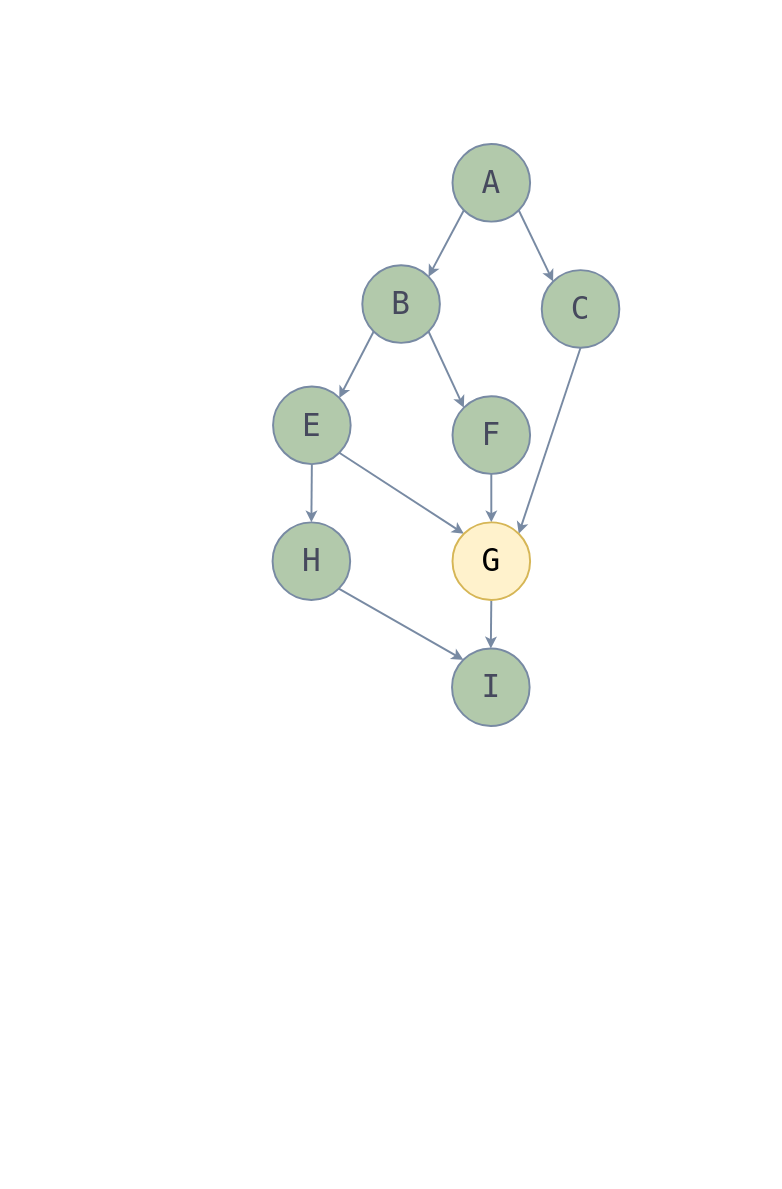
The draw.io diagram doc/dag.drawio in feuyeux/hello-easy-flows, before the edit. Source tidied: cells renumbered, new cells numbered last; positions are measured from the earlier drawing's top-left corner, leaving out a move shared by most shapes. Both pictures are drawn from the tidied source at 97%, with x=0, y=0 at pixel (272, 144).
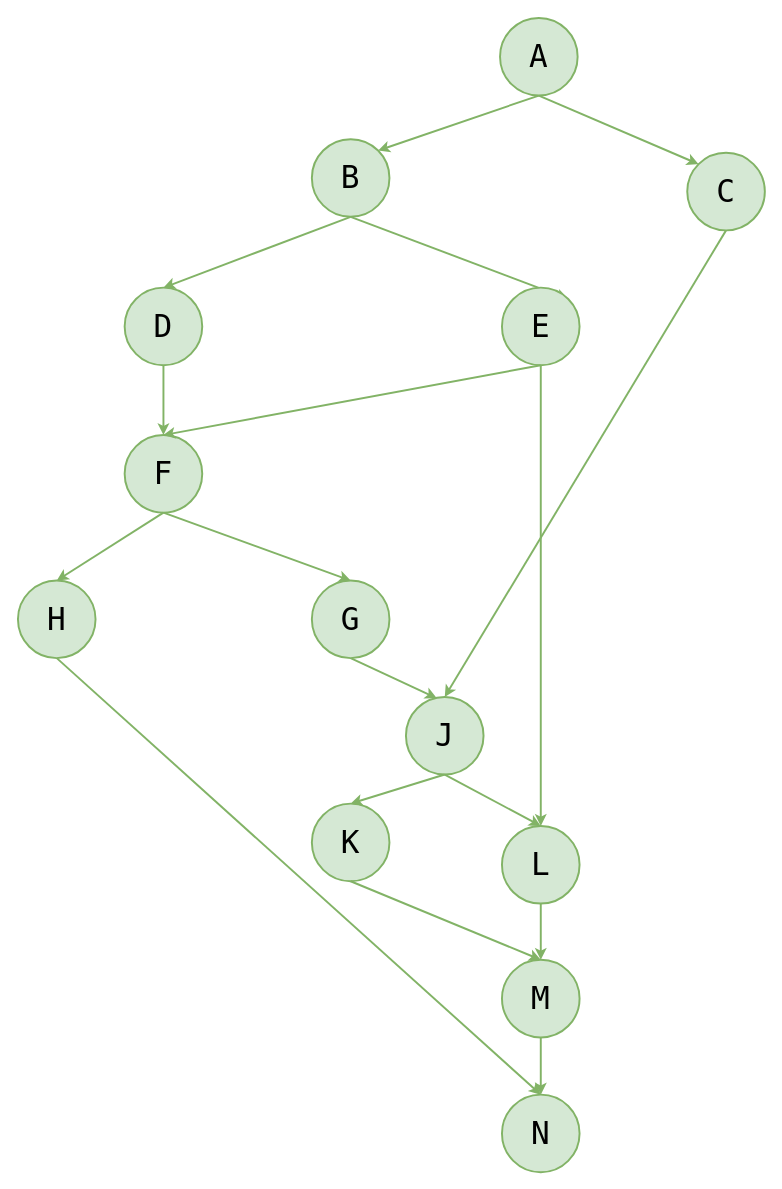
Above is the later version.

Change to the diagram source:
```diff
@@
-    <mxCell id="2" style="edgeStyle=none;rounded=0;jettySize=auto;html=1;exitX=0;exitY=1;exitDx=0;exitDy=0;entryX=1;entryY=0;entryDx=0;entryDy=0;labelBackgroundColor=none;strokeColor=#788AA3;fontColor=default;strokeWidth=2;" parent="1" edge="1" source="4" target="7">
+    <mxCell id="2" style="edgeStyle=none;rounded=0;jettySize=auto;html=1;exitX=0.5;exitY=1;exitDx=0;exitDy=0;entryX=1;entryY=0;entryDx=0;entryDy=0;labelBackgroundColor=none;strokeColor=#82b366;fontColor=default;strokeWidth=2;fillColor=#d5e8d4;" parent="1" edge="1" source="4" target="7">
       <mxGeometry relative="1" as="geometry" />
     </mxCell>
-    <mxCell id="3" style="edgeStyle=none;rounded=0;jettySize=auto;html=1;exitX=1;exitY=1;exitDx=0;exitDy=0;entryX=0;entryY=0;entryDx=0;entryDy=0;labelBackgroundColor=none;strokeColor=#788AA3;fontColor=default;strokeWidth=2;" parent="1" edge="1" source="4" target="9">
+    <mxCell id="3" style="edgeStyle=none;rounded=0;jettySize=auto;html=1;exitX=0.5;exitY=1;exitDx=0;exitDy=0;entryX=0;entryY=0;entryDx=0;entryDy=0;labelBackgroundColor=none;strokeColor=#82b366;fontColor=default;strokeWidth=2;fillColor=#d5e8d4;" parent="1" edge="1" source="4" target="9">
       <mxGeometry relative="1" as="geometry" />
     </mxCell>
-    <mxCell id="4" value="A" style="ellipse;whiteSpace=wrap;html=1;fontFamily=Monaco;fontSize=32;labelBackgroundColor=none;fillColor=#B2C9AB;strokeColor=#788AA3;fontColor=#46495D;strokeWidth=2;" parent="1" vertex="1">
-      <mxGeometry x="186" width="80" height="80" as="geometry" />
+    <mxCell id="4" value="A" style="ellipse;whiteSpace=wrap;html=1;fontFamily=Monaco;fontSize=32;labelBackgroundColor=none;fillColor=#d5e8d4;strokeColor=#82b366;strokeWidth=2;" parent="1" vertex="1">
+      <mxGeometry x="235" y="-130" width="80" height="80" as="geometry" />
     </mxCell>
-    <mxCell id="5" style="edgeStyle=none;rounded=0;jettySize=auto;html=1;exitX=0;exitY=1;exitDx=0;exitDy=0;entryX=1;entryY=0;entryDx=0;entryDy=0;labelBackgroundColor=none;strokeColor=#788AA3;fontColor=default;strokeWidth=2;" parent="1" edge="1" source="7" target="14">
+    <mxCell id="5" style="edgeStyle=none;rounded=0;jettySize=auto;html=1;entryX=1;entryY=0;entryDx=0;entryDy=0;labelBackgroundColor=none;strokeColor=#82b366;fontColor=default;strokeWidth=2;exitX=0.5;exitY=1;exitDx=0;exitDy=0;fillColor=#d5e8d4;" parent="1" edge="1" source="7" target="14">
       <mxGeometry relative="1" as="geometry" />
     </mxCell>
-    <mxCell id="6" style="edgeStyle=none;rounded=0;jettySize=auto;html=1;exitX=1;exitY=1;exitDx=0;exitDy=0;entryX=0;entryY=0;entryDx=0;entryDy=0;labelBackgroundColor=none;strokeColor=#788AA3;fontColor=default;strokeWidth=2;" parent="1" edge="1" source="7" target="11">
+    <mxCell id="6" style="edgeStyle=none;rounded=0;jettySize=auto;html=1;exitX=0.5;exitY=1;exitDx=0;exitDy=0;labelBackgroundColor=none;strokeColor=#82b366;fontColor=default;strokeWidth=2;fillColor=#d5e8d4;entryX=0.5;entryY=0;entryDx=0;entryDy=0;" parent="1" edge="1" source="20" target="11">
       <mxGeometry relative="1" as="geometry" />
     </mxCell>
-    <mxCell id="7" value="B" style="ellipse;whiteSpace=wrap;html=1;fontFamily=Monaco;fontSize=32;labelBackgroundColor=none;fillColor=#B2C9AB;strokeColor=#788AA3;fontColor=#46495D;strokeWidth=2;" parent="1" vertex="1">
-      <mxGeometry x="93" y="125" width="80" height="80" as="geometry" />
+    <mxCell id="7" value="B" style="ellipse;whiteSpace=wrap;html=1;fontFamily=Monaco;fontSize=32;labelBackgroundColor=none;fillColor=#d5e8d4;strokeColor=#82b366;strokeWidth=2;" parent="1" vertex="1">
+      <mxGeometry x="41" y="-5" width="80" height="80" as="geometry" />
     </mxCell>
-    <mxCell id="8" style="edgeStyle=none;rounded=0;jettySize=auto;html=1;exitX=0.5;exitY=1;exitDx=0;exitDy=0;labelBackgroundColor=none;strokeColor=#788AA3;fontColor=default;strokeWidth=2;entryX=1;entryY=0;entryDx=0;entryDy=0;" parent="1" edge="1" source="9" target="16">
+    <mxCell id="8" style="edgeStyle=none;rounded=0;jettySize=auto;html=1;exitX=0.5;exitY=1;exitDx=0;exitDy=0;labelBackgroundColor=none;strokeColor=#82b366;fontColor=default;strokeWidth=2;entryX=0.5;entryY=0;entryDx=0;entryDy=0;fillColor=#d5e8d4;" parent="1" edge="1" source="9" target="16">
       <mxGeometry relative="1" as="geometry" />
     </mxCell>
-    <mxCell id="9" value="C" style="ellipse;whiteSpace=wrap;html=1;fontFamily=Monaco;fontSize=32;labelBackgroundColor=none;fillColor=#B2C9AB;strokeColor=#788AA3;fontColor=#46495D;strokeWidth=2;" parent="1" vertex="1">
-      <mxGeometry x="278" y="130" width="80" height="80" as="geometry" />
+    <mxCell id="9" value="C" style="ellipse;whiteSpace=wrap;html=1;fontFamily=Monaco;fontSize=32;labelBackgroundColor=none;fillColor=#d5e8d4;strokeColor=#82b366;strokeWidth=2;" parent="1" vertex="1">
+      <mxGeometry x="428" y="9" width="80" height="80" as="geometry" />
     </mxCell>
-    <mxCell id="10" style="edgeStyle=none;rounded=0;jettySize=auto;html=1;exitX=0.5;exitY=1;exitDx=0;exitDy=0;entryX=0.5;entryY=0;entryDx=0;entryDy=0;labelBackgroundColor=none;strokeColor=#788AA3;fontColor=default;strokeWidth=2;" parent="1" edge="1" source="11" target="16">
-      <mxGeometry relative="1" as="geometry" />
-    </mxCell>
-    <mxCell id="11" value="F" style="ellipse;whiteSpace=wrap;html=1;fontFamily=Monaco;fontSize=32;labelBackgroundColor=none;fillColor=#B2C9AB;strokeColor=#788AA3;fontColor=#46495D;strokeWidth=2;" parent="1" vertex="1">
-      <mxGeometry x="186" y="260" width="80" height="80" as="geometry" />
+    <mxCell id="11" value="F" style="ellipse;whiteSpace=wrap;html=1;fontFamily=Monaco;fontSize=32;labelBackgroundColor=none;fillColor=#d5e8d4;strokeColor=#82b366;strokeWidth=2;" parent="1" vertex="1">
+      <mxGeometry x="-152" y="300" width="80" height="80" as="geometry" />
     </mxCell>
-    <mxCell id="12" style="edgeStyle=none;rounded=0;jettySize=auto;html=1;exitX=1;exitY=1;exitDx=0;exitDy=0;entryX=0;entryY=0;entryDx=0;entryDy=0;labelBackgroundColor=none;strokeColor=#788AA3;fontColor=default;strokeWidth=2;" parent="1" edge="1" source="14" target="16">
+    <mxCell id="12" style="edgeStyle=none;rounded=0;jettySize=auto;html=1;exitX=0.5;exitY=1;exitDx=0;exitDy=0;entryX=0.5;entryY=0;entryDx=0;entryDy=0;labelBackgroundColor=none;strokeColor=#82b366;fontColor=default;strokeWidth=2;fillColor=#d5e8d4;" parent="1" edge="1" source="14" target="25">
       <mxGeometry relative="1" as="geometry" />
     </mxCell>
-    <mxCell id="13" style="edgeStyle=none;rounded=0;jettySize=auto;html=1;exitX=0.5;exitY=1;exitDx=0;exitDy=0;entryX=0.5;entryY=0;entryDx=0;entryDy=0;labelBackgroundColor=none;strokeColor=#788AA3;fontColor=default;strokeWidth=2;" parent="1" edge="1" source="14" target="18">
+    <mxCell id="13" style="edgeStyle=none;rounded=0;jettySize=auto;html=1;exitX=0.5;exitY=1;exitDx=0;exitDy=0;entryX=0.5;entryY=0;entryDx=0;entryDy=0;labelBackgroundColor=none;strokeColor=#82b366;fontColor=default;strokeWidth=2;fillColor=#d5e8d4;" parent="1" edge="1" source="11" target="18">
       <mxGeometry relative="1" as="geometry" />
     </mxCell>
-    <mxCell id="14" value="E" style="ellipse;whiteSpace=wrap;html=1;fontFamily=Monaco;fontSize=32;labelBackgroundColor=none;fillColor=#B2C9AB;strokeColor=#788AA3;fontColor=#46495D;strokeWidth=2;" parent="1" vertex="1">
-      <mxGeometry x="1" y="250" width="80" height="80" as="geometry" />
+    <mxCell id="14" value="E" style="ellipse;whiteSpace=wrap;html=1;fontFamily=Monaco;fontSize=32;labelBackgroundColor=none;fillColor=#d5e8d4;strokeColor=#82b366;strokeWidth=2;" parent="1" vertex="1">
+      <mxGeometry x="237" y="148" width="80" height="80" as="geometry" />
     </mxCell>
-    <mxCell id="15" style="edgeStyle=none;rounded=0;jettySize=auto;html=1;exitX=0.5;exitY=1;exitDx=0;exitDy=0;entryX=0.5;entryY=0;entryDx=0;entryDy=0;labelBackgroundColor=none;strokeColor=#788AA3;fontColor=default;strokeWidth=2;" parent="1" edge="1" source="16" target="19">
+    <mxCell id="15" style="edgeStyle=none;rounded=0;jettySize=auto;html=1;entryX=0.398;entryY=0.016;entryDx=0;entryDy=0;labelBackgroundColor=none;strokeColor=#82b366;fontColor=default;strokeWidth=2;fillColor=#d5e8d4;entryPerimeter=0;exitX=0.5;exitY=1;exitDx=0;exitDy=0;" parent="1" edge="1" source="19" target="16">
       <mxGeometry relative="1" as="geometry" />
     </mxCell>
-    <mxCell id="16" value="G" style="ellipse;whiteSpace=wrap;html=1;fontFamily=Monaco;fontSize=32;labelBackgroundColor=none;fillColor=#fff2cc;strokeColor=#d6b656;strokeWidth=2;" parent="1" vertex="1">
-      <mxGeometry x="186" y="390" width="80" height="80" as="geometry" />
+    <mxCell id="16" value="J" style="ellipse;whiteSpace=wrap;html=1;fontFamily=Monaco;fontSize=32;labelBackgroundColor=none;fillColor=#d5e8d4;strokeColor=#82b366;strokeWidth=2;" parent="1" vertex="1">
+      <mxGeometry x="138" y="570" width="80" height="80" as="geometry" />
     </mxCell>
-    <mxCell id="17" style="edgeStyle=none;rounded=0;jettySize=auto;html=1;exitX=1;exitY=1;exitDx=0;exitDy=0;entryX=0;entryY=0;entryDx=0;entryDy=0;labelBackgroundColor=none;strokeColor=#788AA3;fontColor=default;strokeWidth=2;" parent="1" edge="1" source="18" target="19">
+    <mxCell id="17" style="edgeStyle=none;rounded=0;jettySize=auto;html=1;exitX=0.5;exitY=1;exitDx=0;exitDy=0;entryX=0.5;entryY=0;entryDx=0;entryDy=0;labelBackgroundColor=none;strokeColor=#82b366;fontColor=default;strokeWidth=2;fillColor=#d5e8d4;" parent="1" edge="1" source="11" target="19">
       <mxGeometry relative="1" as="geometry" />
     </mxCell>
-    <mxCell id="18" value="H" style="ellipse;whiteSpace=wrap;html=1;fontFamily=Monaco;fontSize=32;labelBackgroundColor=none;fillColor=#B2C9AB;strokeColor=#788AA3;fontColor=#46495D;strokeWidth=2;" parent="1" vertex="1">
-      <mxGeometry x="0.5" y="390" width="80" height="80" as="geometry" />
+    <mxCell id="18" value="H" style="ellipse;whiteSpace=wrap;html=1;fontFamily=Monaco;fontSize=32;labelBackgroundColor=none;fillColor=#d5e8d4;strokeColor=#82b366;strokeWidth=2;" parent="1" vertex="1">
+      <mxGeometry x="-262" y="450" width="80" height="80" as="geometry" />
     </mxCell>
-    <mxCell id="19" value="I" style="ellipse;whiteSpace=wrap;html=1;fontFamily=Monaco;fontSize=32;labelBackgroundColor=none;fillColor=#B2C9AB;strokeColor=#788AA3;fontColor=#46495D;strokeWidth=2;" parent="1" vertex="1">
-      <mxGeometry x="185.5" y="520" width="80" height="80" as="geometry" />
+    <mxCell id="19" value="G" style="ellipse;whiteSpace=wrap;html=1;fontFamily=Monaco;fontSize=32;labelBackgroundColor=none;fillColor=#d5e8d4;strokeColor=#82b366;strokeWidth=2;" parent="1" vertex="1">
+      <mxGeometry x="41" y="450" width="80" height="80" as="geometry" />
     </mxCell>
+    <mxCell id="20" value="D" style="ellipse;whiteSpace=wrap;html=1;fontFamily=Monaco;fontSize=32;labelBackgroundColor=none;fillColor=#d5e8d4;strokeColor=#82b366;strokeWidth=2;" parent="1" vertex="1">
+      <mxGeometry x="-152" y="148" width="80" height="80" as="geometry" />
+    </mxCell>
+    <mxCell id="21" style="edgeStyle=none;rounded=0;jettySize=auto;html=1;exitX=0.5;exitY=1;exitDx=0;exitDy=0;entryX=0.5;entryY=0;entryDx=0;entryDy=0;labelBackgroundColor=none;strokeColor=#82b366;fontColor=default;strokeWidth=2;fillColor=#d5e8d4;" parent="1" edge="1" source="7" target="20">
+      <mxGeometry relative="1" as="geometry" />
+    </mxCell>
+    <mxCell id="22" style="edgeStyle=none;rounded=0;jettySize=auto;html=1;exitX=0.5;exitY=1;exitDx=0;exitDy=0;labelBackgroundColor=none;strokeColor=#82b366;fontColor=default;strokeWidth=2;fillColor=#d5e8d4;entryX=0.5;entryY=0;entryDx=0;entryDy=0;" parent="1" edge="1" source="14" target="11">
+      <mxGeometry relative="1" as="geometry" />
+    </mxCell>
+    <mxCell id="23" style="edgeStyle=none;rounded=0;jettySize=auto;html=1;exitX=0.5;exitY=1;exitDx=0;exitDy=0;entryX=0.5;entryY=0;entryDx=0;entryDy=0;labelBackgroundColor=none;strokeColor=#82b366;fontColor=default;strokeWidth=2;fillColor=#d5e8d4;" parent="1" edge="1" source="18" target="24">
+      <mxGeometry relative="1" as="geometry" />
+    </mxCell>
+    <mxCell id="24" value="N" style="ellipse;whiteSpace=wrap;html=1;fontFamily=Monaco;fontSize=32;labelBackgroundColor=none;fillColor=#d5e8d4;strokeColor=#82b366;strokeWidth=2;" parent="1" vertex="1">
+      <mxGeometry x="237" y="980" width="80" height="80" as="geometry" />
+    </mxCell>
+    <mxCell id="25" value="L" style="ellipse;whiteSpace=wrap;html=1;fontFamily=Monaco;fontSize=32;labelBackgroundColor=none;fillColor=#d5e8d4;strokeColor=#82b366;strokeWidth=2;" parent="1" vertex="1">
+      <mxGeometry x="237" y="703" width="80" height="80" as="geometry" />
+    </mxCell>
+    <mxCell id="26" value="K" style="ellipse;whiteSpace=wrap;html=1;fontFamily=Monaco;fontSize=32;labelBackgroundColor=none;fillColor=#d5e8d4;strokeColor=#82b366;strokeWidth=2;" parent="1" vertex="1">
+      <mxGeometry x="41" y="680" width="80" height="80" as="geometry" />
+    </mxCell>
+    <mxCell id="27" style="edgeStyle=none;rounded=0;jettySize=auto;html=1;exitX=0.5;exitY=1;exitDx=0;exitDy=0;entryX=0.5;entryY=0;entryDx=0;entryDy=0;labelBackgroundColor=none;strokeColor=#82b366;fontColor=default;strokeWidth=2;fillColor=#d5e8d4;" parent="1" edge="1" source="16" target="26">
+      <mxGeometry relative="1" as="geometry" />
+    </mxCell>
+    <mxCell id="28" style="edgeStyle=none;rounded=0;jettySize=auto;html=1;exitX=0.5;exitY=1;exitDx=0;exitDy=0;entryX=0.5;entryY=0;entryDx=0;entryDy=0;labelBackgroundColor=none;strokeColor=#82b366;fontColor=default;strokeWidth=2;fillColor=#d5e8d4;" parent="1" edge="1" source="16" target="25">
+      <mxGeometry relative="1" as="geometry" />
+    </mxCell>
+    <mxCell id="29" value="M" style="ellipse;whiteSpace=wrap;html=1;fontFamily=Monaco;fontSize=32;labelBackgroundColor=none;fillColor=#d5e8d4;strokeColor=#82b366;strokeWidth=2;" parent="1" vertex="1">
+      <mxGeometry x="237" y="841" width="80" height="80" as="geometry" />
+    </mxCell>
+    <mxCell id="30" style="edgeStyle=none;rounded=0;jettySize=auto;html=1;exitX=0.5;exitY=1;exitDx=0;exitDy=0;entryX=0.5;entryY=0;entryDx=0;entryDy=0;labelBackgroundColor=none;strokeColor=#82b366;fontColor=default;strokeWidth=2;fillColor=#d5e8d4;" parent="1" edge="1" source="25" target="29">
+      <mxGeometry relative="1" as="geometry" />
+    </mxCell>
+    <mxCell id="31" style="edgeStyle=none;rounded=0;jettySize=auto;html=1;entryX=0.5;entryY=0;entryDx=0;entryDy=0;labelBackgroundColor=none;strokeColor=#82b366;fontColor=default;strokeWidth=2;fillColor=#d5e8d4;exitX=0.5;exitY=1;exitDx=0;exitDy=0;" parent="1" edge="1" source="29" target="24">
+      <mxGeometry relative="1" as="geometry" />
+    </mxCell>
+    <mxCell id="32" style="edgeStyle=none;rounded=0;jettySize=auto;html=1;exitX=0.5;exitY=1;exitDx=0;exitDy=0;labelBackgroundColor=none;strokeColor=#82b366;fontColor=default;strokeWidth=2;fillColor=#d5e8d4;entryX=0.5;entryY=0;entryDx=0;entryDy=0;" parent="1" edge="1" source="26" target="29">
+      <mxGeometry relative="1" as="geometry" />
+    </mxCell>
```
